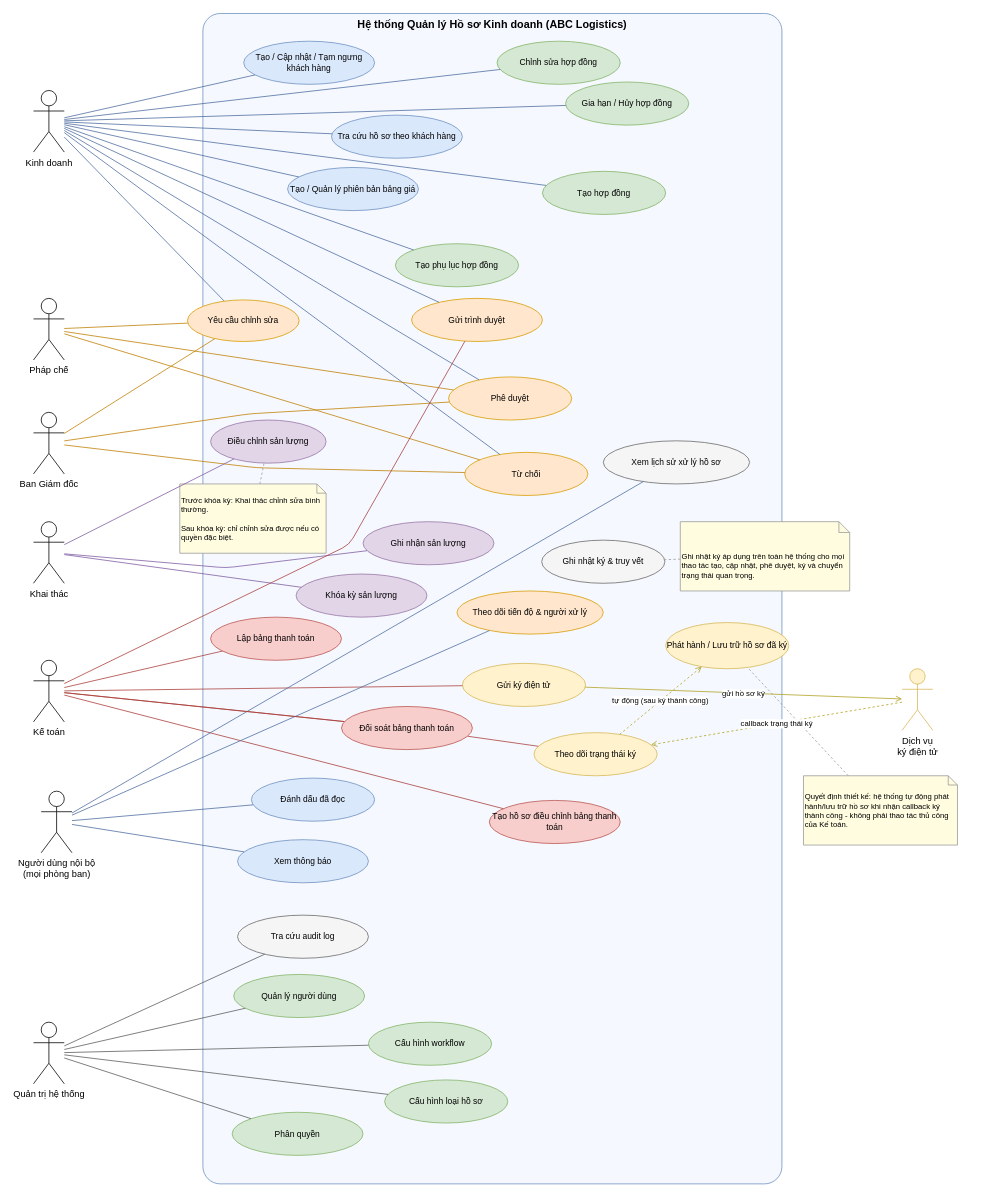
Above: page "ver2" (1 of 2) of docs/diagrams/usecase.drawio in luinor223/pas (draw.io), before the change. Source tidied: cells renumbered, new cells numbered last; positions are measured from the earlier drawing's top-left corner, leaving out a move shared by most shapes. Both pictures are drawn from the tidied source at 77%, with x=0, y=0 at pixel (33, 13).
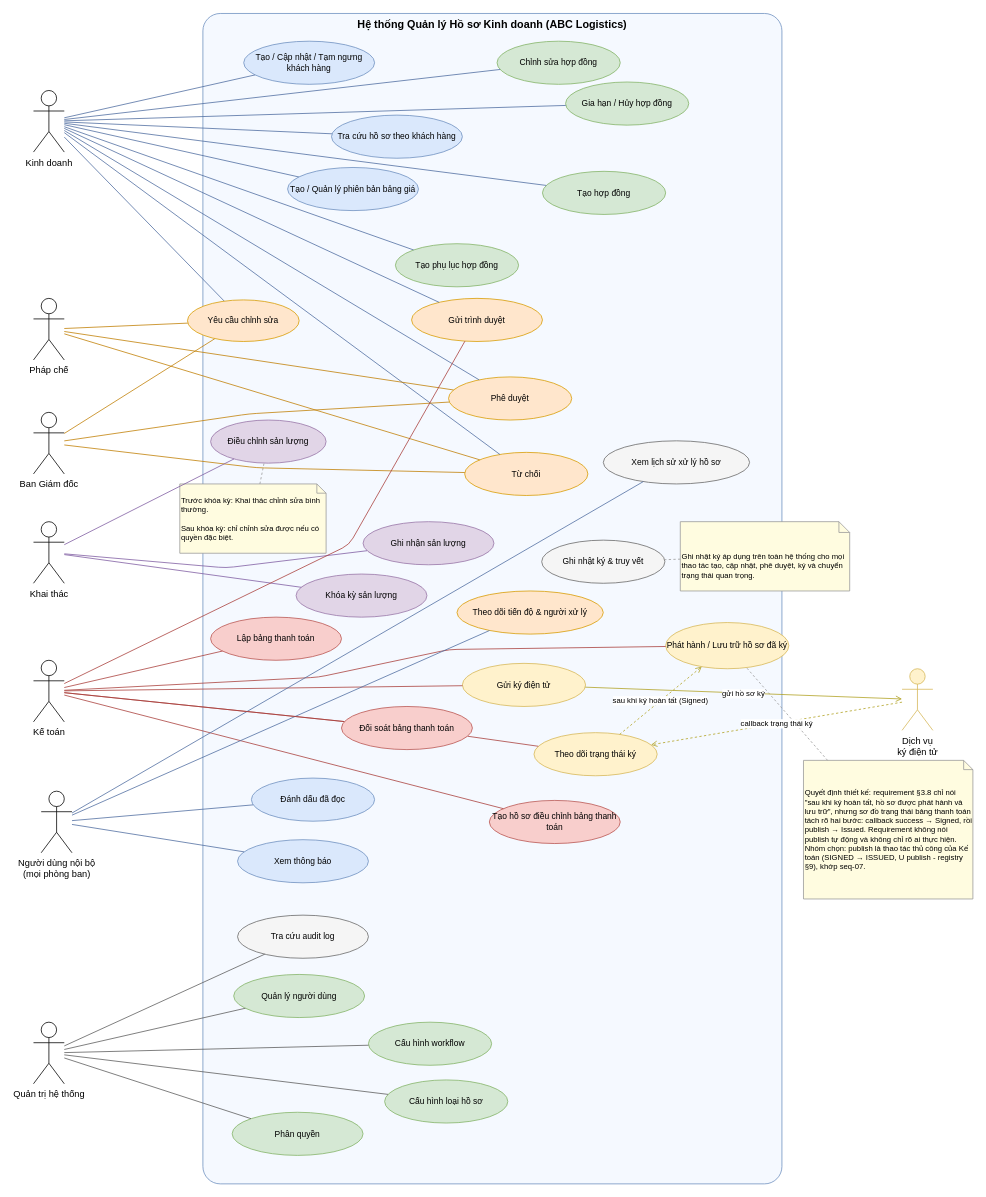
Above is the later version.

The change refers to these unchanged cells:
```xml
<mxCell id="7" value="Kế toán" style="shape=umlActor;verticalLabelPosition=bottom;verticalAlign=top;html=1;outlineConnect=0;fontSize=12;" parent="1" vertex="1">
  <mxGeometry y="840" width="40" height="80" as="geometry" />
</mxCell>
<mxCell id="24" value="Theo dõi trạng thái ký" style="ellipse;whiteSpace=wrap;html=1;fillColor=#fff2cc;strokeColor=#d6b656;fontSize=11;" parent="1" vertex="1">
  <mxGeometry x="650" y="934" width="160" height="56" as="geometry" />
</mxCell>
<mxCell id="38" value="Phát hành / Lưu trữ hồ sơ đã ký" style="ellipse;whiteSpace=wrap;html=1;fillColor=#fff2cc;strokeColor=#d6b656;fontSize=11;" parent="1" vertex="1">
  <mxGeometry x="821" y="791" width="160" height="60" as="geometry" />
</mxCell>
```

Diff of the diagram source:
```diff
@@
-    <mxCell id="66" value="tự động (sau ký thành công)" style="endArrow=open;html=1;dashed=1;strokeColor=#b0a020;fontSize=10;" parent="1" edge="1" source="24" target="38">
+    <mxCell id="66" value="sau khi ký hoàn tất (Signed)" style="endArrow=open;html=1;dashed=1;strokeColor=#b0a020;fontSize=10;" parent="1" edge="1" source="24" target="38">
       <mxGeometry relative="1" as="geometry" />
     </mxCell>
+    <mxCell id="86" style="endArrow=none;html=1;strokeColor=#a83c38;" parent="1" edge="1" source="7" target="38">
+      <mxGeometry relative="1" as="geometry">
+        <Array as="points">
+          <mxPoint x="370" y="862" />
+          <mxPoint x="540" y="826" />
+        </Array>
+      </mxGeometry>
+    </mxCell>
-    <mxCell id="67" value="Quyết định thiết kế: hệ thống tự động phát hành/lưu trữ hồ sơ khi nhận callback ký thành công - không phải thao tác thủ công của Kế toán." style="shape=note;whiteSpace=wrap;html=1;size=12;fontSize=10;align=left;verticalAlign=middle;fillColor=#fffce0;strokeColor=#999999;" parent="1" vertex="1">
-      <mxGeometry x="1000" y="990" width="200" height="90" as="geometry" />
+    <mxCell id="67" value="Quyết định thiết kế: requirement §3.8 chỉ nói &quot;sau khi ký hoàn tất, hồ sơ được phát hành và lưu trữ&quot;, nhưng sơ đồ trạng thái bảng thanh toán tách rõ hai bước: callback success → Signed, rồi publish → Issued. Requirement không nói publish tự động và không chỉ rõ ai thực hiện. Nhóm chọn: publish là thao tác thủ công của Kế toán (SIGNED → ISSUED, U publish - registry §9), khớp seq-07." style="shape=note;whiteSpace=wrap;html=1;size=12;fontSize=10;align=left;verticalAlign=middle;fillColor=#fffce0;strokeColor=#999999;" parent="1" vertex="1">
+      <mxGeometry x="1000" y="970" width="220" height="180" as="geometry" />
     </mxCell>
```
